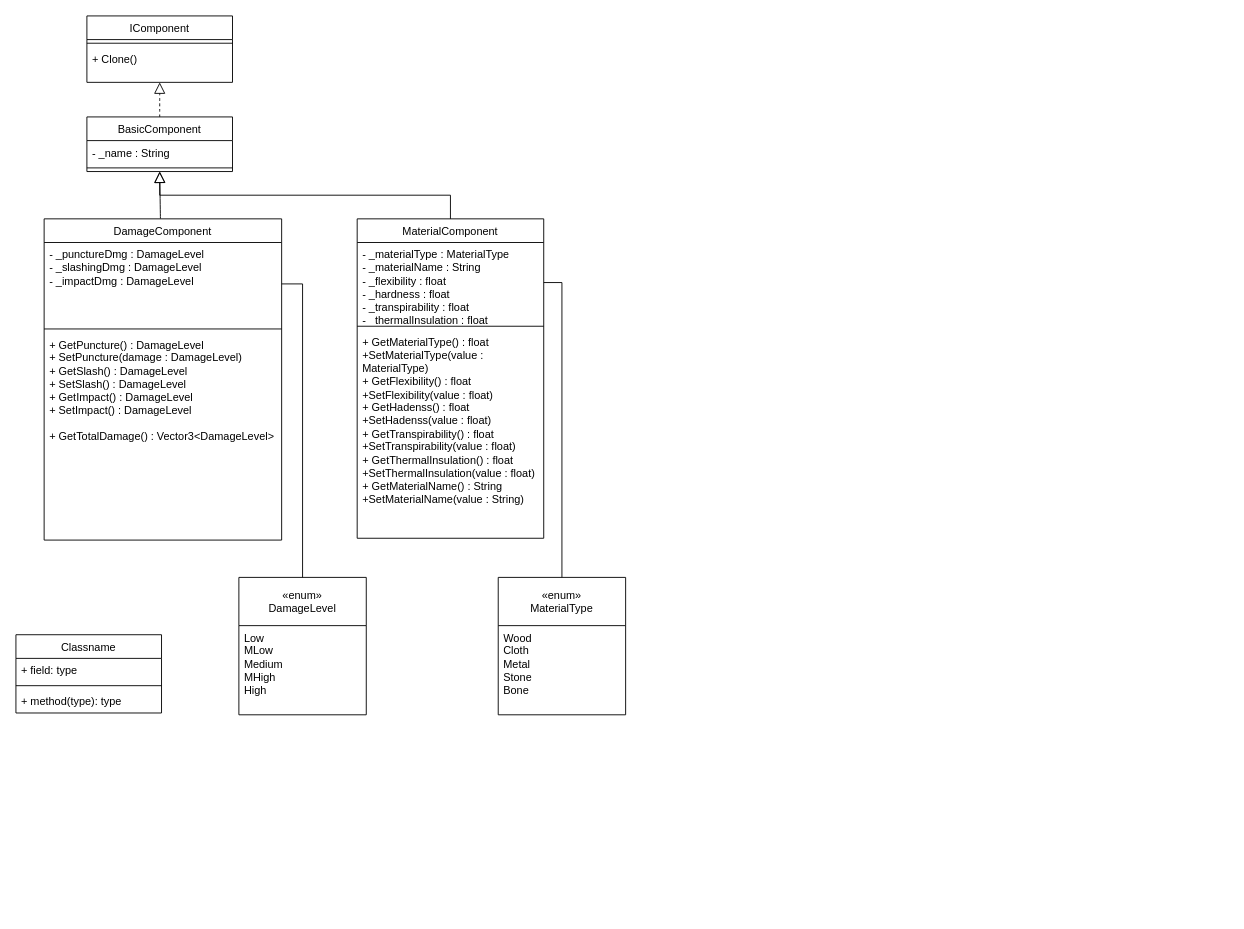
Sekahy48/UnityProject keeps this draw.io diagram as Diagrams/UML/Components.drawio. Above is the earlier version. Source tidied: cells renumbered, new cells numbered last; positions are measured from the earlier drawing's top-left corner, leaving out a move shared by most shapes. Both pictures are drawn from the tidied source at 91%, with x=0, y=0 at pixel (15, 15).
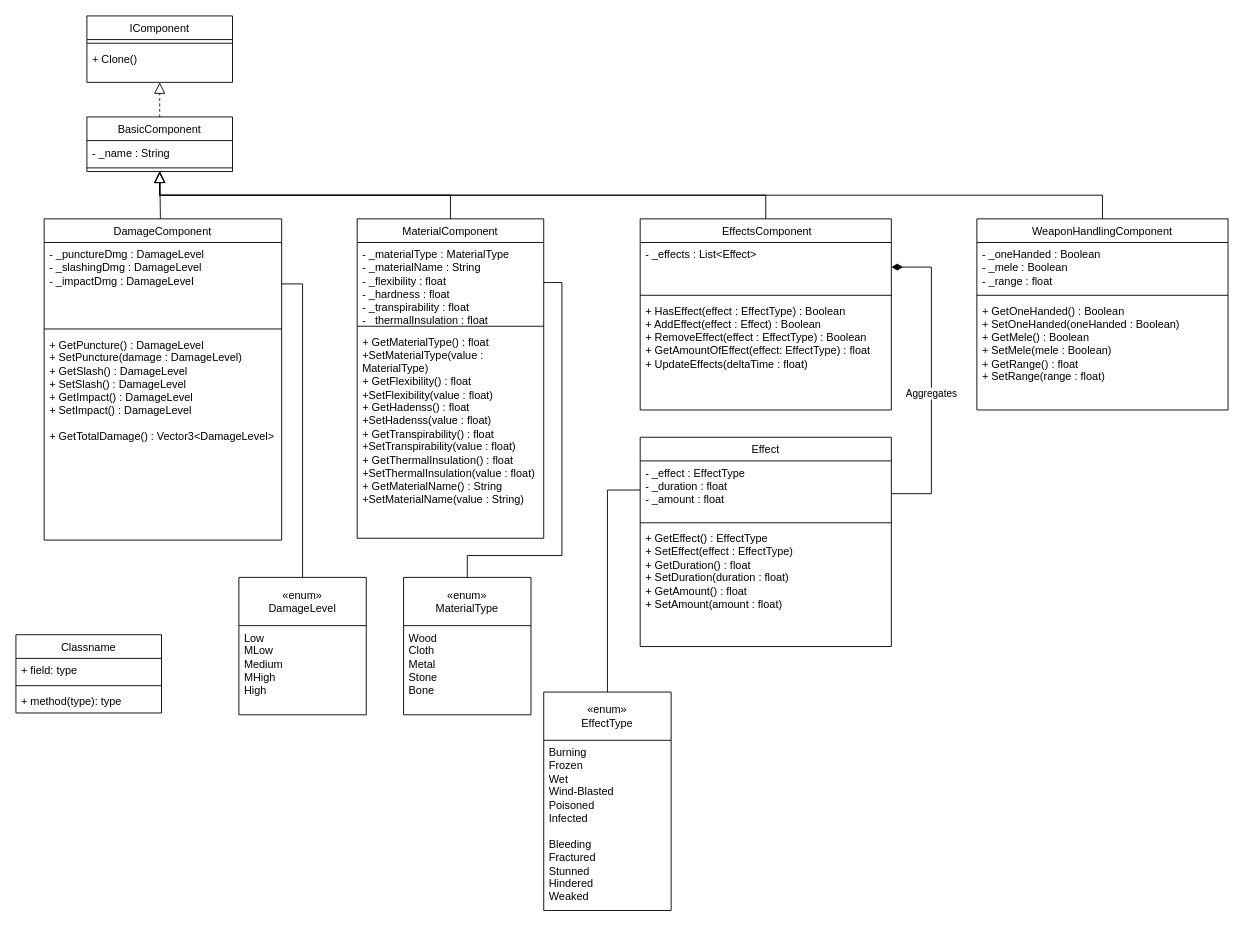
After the change.

The change refers to these unchanged cells:
```xml
<mxCell id="6" value="&lt;span style=&quot;font-weight: normal;&quot;&gt;BasicComponent&lt;/span&gt;" style="swimlane;fontStyle=1;align=center;verticalAlign=top;horizontal=1;startSize=26;whiteSpace=wrap;html=1;" parent="1" vertex="1">
  <mxGeometry x="78" y="111" width="160" height="60" as="geometry" />
</mxCell>
<mxCell id="22" value="- _materialType : MaterialType&lt;div&gt;- _materialName : String&lt;br&gt;&lt;div&gt;- _flexibility : float&lt;/div&gt;&lt;div&gt;- _hardness : float&lt;/div&gt;&lt;div&gt;- _transpirability : float&lt;/div&gt;&lt;div&gt;- _thermalInsulation : float&lt;/div&gt;&lt;/div&gt;" style="text;strokeColor=none;fillColor=none;align=left;verticalAlign=top;spacingLeft=4;spacingRight=4;overflow=hidden;points=[[0,0.5],[1,0.5]];portConstraint=eastwest;whiteSpace=wrap;html=1;" parent="21" vertex="1">
  <mxGeometry y="26" width="205" height="88" as="geometry" />
</mxCell>
```

What changed in the source:
```diff
@@
     <mxCell id="26" style="edgeStyle=orthogonalEdgeStyle;rounded=0;jettySize=auto;html=1;entryX=1;entryY=0.5;entryDx=0;entryDy=0;fontSize=12;startSize=8;endSize=8;endArrow=none;endFill=0;" parent="1" edge="1" source="27" target="22">
-      <mxGeometry relative="1" as="geometry" />
+      <mxGeometry relative="1" as="geometry">
+        <Array as="points">
+          <mxPoint x="496" y="593" />
+          <mxPoint x="600" y="593" />
+          <mxPoint x="600" y="293" />
+        </Array>
+      </mxGeometry>
     </mxCell>
     <mxCell id="27" value="«enum»&lt;br&gt;MaterialType" style="swimlane;fontStyle=0;horizontal=1;startSize=53;fillColor=none;whiteSpace=wrap;html=1;" parent="1" vertex="1">
-      <mxGeometry x="530" y="617" width="140" height="151" as="geometry" />
+      <mxGeometry x="426" y="617" width="140" height="151" as="geometry" />
     </mxCell>
@@
+    <mxCell id="29" value="&lt;span style=&quot;font-weight: 400;&quot;&gt;&amp;nbsp;EffectsComponent&lt;/span&gt;" style="swimlane;fontStyle=1;align=center;verticalAlign=top;horizontal=1;startSize=26;whiteSpace=wrap;html=1;" parent="1" vertex="1">
+      <mxGeometry x="686" y="223" width="276" height="210" as="geometry" />
+    </mxCell>
+    <mxCell id="30" value="- _effects : List&amp;lt;Effect&amp;gt;" style="text;strokeColor=none;fillColor=none;align=left;verticalAlign=top;spacingLeft=4;spacingRight=4;overflow=hidden;points=[[0,0.5],[1,0.5]];portConstraint=eastwest;whiteSpace=wrap;html=1;" parent="29" vertex="1">
+      <mxGeometry y="26" width="276" height="54" as="geometry" />
+    </mxCell>
+    <mxCell id="31" style="line;strokeWidth=1;fillColor=none;align=left;verticalAlign=middle;spacingTop=-1;spacingLeft=3;spacingRight=3;labelPosition=right;strokeColor=inherit;" parent="29" vertex="1">
+      <mxGeometry y="80" width="276" height="8" as="geometry" />
+    </mxCell>
+    <mxCell id="32" value="+ HasEffect(effect : EffectType) : Boolean&lt;div&gt;+ AddEffect(effect : Effect) : Boolean&lt;/div&gt;&lt;div&gt;+ RemoveEffect(effect : EffectType) : Boolean&lt;/div&gt;&lt;div&gt;+ GetAmountOfEffect(effect: EffectType) : float&lt;/div&gt;&lt;div&gt;+ UpdateEffects(deltaTime : float)&lt;/div&gt;" style="text;strokeColor=none;fillColor=none;align=left;verticalAlign=top;spacingLeft=4;spacingRight=4;overflow=hidden;whiteSpace=wrap;html=1;" parent="29" vertex="1">
+      <mxGeometry y="88" width="276" height="122" as="geometry" />
+    </mxCell>
+    <mxCell id="33" style="edgeStyle=orthogonalEdgeStyle;rounded=0;jettySize=auto;html=1;endArrow=none;endFill=0;endSize=10;entryX=0;entryY=0.5;entryDx=0;entryDy=0;" parent="1" edge="1" source="34" target="39">
+      <mxGeometry relative="1" as="geometry" />
+    </mxCell>
+    <mxCell id="34" value="«enum»&lt;br&gt;EffectType" style="swimlane;fontStyle=0;horizontal=1;startSize=53;fillColor=none;whiteSpace=wrap;html=1;" parent="1" vertex="1">
+      <mxGeometry x="580" y="743" width="140" height="240" as="geometry" />
+    </mxCell>
+    <mxCell id="35" value="Burning&lt;div&gt;Frozen&lt;/div&gt;&lt;div&gt;Wet&lt;/div&gt;&lt;div&gt;Wind-Blasted&lt;/div&gt;&lt;div&gt;Poisoned&lt;/div&gt;&lt;div&gt;Infected&lt;/div&gt;&lt;div&gt;&lt;br&gt;&lt;/div&gt;&lt;div&gt;Bleeding&lt;/div&gt;&lt;div&gt;Fractured&lt;/div&gt;&lt;div&gt;Stunned&lt;/div&gt;&lt;div&gt;Hindered&lt;/div&gt;&lt;div&gt;Weaked&lt;/div&gt;" style="text;strokeColor=none;fillColor=none;align=left;verticalAlign=top;spacingLeft=4;spacingRight=4;overflow=hidden;whiteSpace=wrap;html=1;" parent="34" vertex="1">
+      <mxGeometry y="53" width="140" height="187" as="geometry" />
+    </mxCell>
+    <mxCell id="36" style="edgeStyle=orthogonalEdgeStyle;rounded=0;jettySize=auto;html=1;entryX=1;entryY=0.5;entryDx=0;entryDy=0;endArrow=diamondThin;endFill=1;endSize=10;" parent="1" edge="1" source="38" target="30">
+      <mxGeometry relative="1" as="geometry">
+        <Array as="points">
+          <mxPoint x="1006" y="525" />
+          <mxPoint x="1006" y="276" />
+        </Array>
+      </mxGeometry>
+    </mxCell>
+    <mxCell id="37" value="Aggregates" style="edgeLabel;html=1;align=center;verticalAlign=middle;" parent="36" vertex="1">
+      <mxGeometry x="-0.08" y="1" relative="1" as="geometry" />
+    </mxCell>
+    <mxCell id="38" value="&lt;span style=&quot;font-weight: normal;&quot;&gt;Effect&lt;/span&gt;" style="swimlane;fontStyle=1;align=center;verticalAlign=top;horizontal=1;startSize=26;whiteSpace=wrap;html=1;" parent="1" vertex="1">
+      <mxGeometry x="686" y="463" width="276" height="230" as="geometry" />
+    </mxCell>
+    <mxCell id="39" value="- _effect : EffectType&lt;br&gt;- _duration : float&lt;div&gt;- _amount : float&lt;/div&gt;" style="text;strokeColor=none;fillColor=none;align=left;verticalAlign=top;spacingLeft=4;spacingRight=4;overflow=hidden;points=[[0,0.5],[1,0.5]];portConstraint=eastwest;whiteSpace=wrap;html=1;" parent="38" vertex="1">
+      <mxGeometry y="26" width="276" height="64" as="geometry" />
+    </mxCell>
+    <mxCell id="40" style="line;strokeWidth=1;fillColor=none;align=left;verticalAlign=middle;spacingTop=-1;spacingLeft=3;spacingRight=3;labelPosition=right;strokeColor=inherit;" parent="38" vertex="1">
+      <mxGeometry y="90" width="276" height="8" as="geometry" />
+    </mxCell>
+    <mxCell id="41" value="&lt;div&gt;+ GetEffect() : EffectType&lt;/div&gt;&lt;div&gt;+ SetEffect(effect : EffectType)&amp;nbsp;&lt;/div&gt;&lt;div&gt;+ GetDuration() : float&lt;/div&gt;&lt;div&gt;+ SetDuration(duration : float)&amp;nbsp;&lt;/div&gt;&lt;div&gt;+ GetAmount() : float&lt;/div&gt;&lt;div&gt;+ SetAmount(amount : float)&amp;nbsp;&lt;/div&gt;&lt;div&gt;&lt;br&gt;&lt;/div&gt;" style="text;strokeColor=none;fillColor=none;align=left;verticalAlign=top;spacingLeft=4;spacingRight=4;overflow=hidden;whiteSpace=wrap;html=1;" parent="38" vertex="1">
+      <mxGeometry y="98" width="276" height="132" as="geometry" />
+    </mxCell>
+    <mxCell id="42" style="edgeStyle=orthogonalEdgeStyle;rounded=0;jettySize=auto;html=1;entryX=0.5;entryY=1;entryDx=0;entryDy=0;fontSize=12;startSize=8;endSize=10;endArrow=block;endFill=0;exitX=0.5;exitY=0;exitDx=0;exitDy=0;" parent="1" edge="1" source="29" target="6">
+      <mxGeometry relative="1" as="geometry" />
+    </mxCell>
+    <mxCell id="43" value="&lt;span style=&quot;font-weight: 400;&quot;&gt;WeaponHandlingComponent&lt;/span&gt;" style="swimlane;fontStyle=1;align=center;verticalAlign=top;horizontal=1;startSize=26;whiteSpace=wrap;html=1;" parent="1" vertex="1">
+      <mxGeometry x="1056" y="223" width="276" height="210" as="geometry" />
+    </mxCell>
+    <mxCell id="44" value="- _oneHanded : Boolean&lt;div&gt;- _mele : Boolean&lt;/div&gt;&lt;div&gt;- _range : float&lt;/div&gt;" style="text;strokeColor=none;fillColor=none;align=left;verticalAlign=top;spacingLeft=4;spacingRight=4;overflow=hidden;whiteSpace=wrap;html=1;" parent="43" vertex="1">
+      <mxGeometry y="26" width="276" height="54" as="geometry" />
+    </mxCell>
+    <mxCell id="45" style="line;strokeWidth=1;fillColor=none;align=left;verticalAlign=middle;spacingTop=-1;spacingLeft=3;spacingRight=3;labelPosition=right;strokeColor=inherit;" parent="43" vertex="1">
+      <mxGeometry y="80" width="276" height="8" as="geometry" />
+    </mxCell>
+    <mxCell id="46" value="&lt;div&gt;+ GetOneHanded() : Boolean&lt;/div&gt;&lt;div&gt;+ SetOneHanded(oneHanded : Boolean)&amp;nbsp;&lt;/div&gt;&lt;div&gt;+ GetMele() : Boolean&lt;/div&gt;&lt;div&gt;+ SetMele(mele : Boolean)&amp;nbsp;&lt;/div&gt;&lt;div&gt;+ GetRange() : float&lt;/div&gt;&lt;div&gt;+ SetRange(range : float)&amp;nbsp;&lt;/div&gt;&lt;div&gt;&lt;br&gt;&lt;/div&gt;" style="text;strokeColor=none;fillColor=none;align=left;verticalAlign=top;spacingLeft=4;spacingRight=4;overflow=hidden;whiteSpace=wrap;html=1;" parent="43" vertex="1">
+      <mxGeometry y="88" width="276" height="122" as="geometry" />
+    </mxCell>
+    <mxCell id="47" style="edgeStyle=orthogonalEdgeStyle;rounded=0;jettySize=auto;html=1;entryX=0.5;entryY=1;entryDx=0;entryDy=0;fontSize=12;startSize=8;endSize=10;endArrow=block;endFill=0;exitX=0.5;exitY=0;exitDx=0;exitDy=0;" parent="1" edge="1" source="43" target="6">
+      <mxGeometry relative="1" as="geometry" />
+    </mxCell>
```
